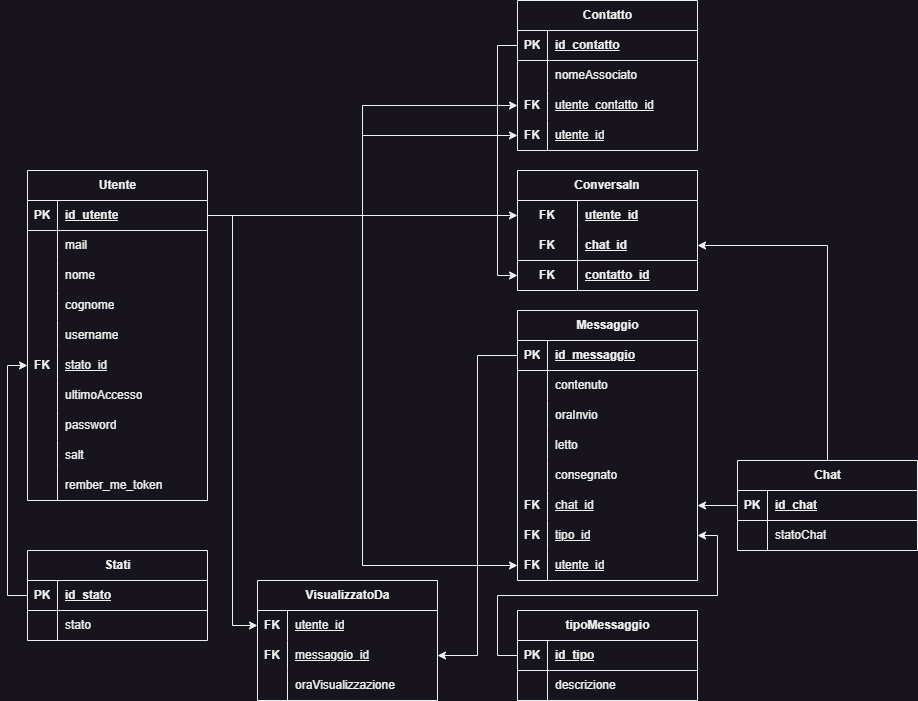
Above: Readme/SchemaRelazionale.png in FanteyOfficial/ProgettoQuintaInformatica (draw.io), before the change. Source tidied: cells renumbered, new cells last; positions are measured from the earlier drawing's top-left corner, leaving out a move shared by most shapes.
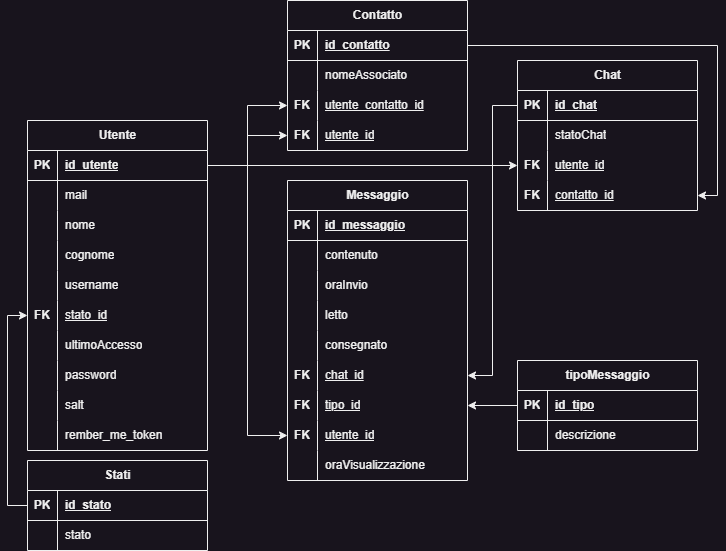
After the commit.

Commit message:
schema relazionale update

The edit, as a diff of the source:
```diff
@@ -95,41 +95,8 @@
     <mxCell id="32" value="rember_me_token" style="shape=partialRectangle;fillColor=none;top=0;left=0;bottom=0;right=0;align=left;spacingLeft=6;overflow=hidden;whiteSpace=wrap;html=1;" parent="30" vertex="1">
       <mxGeometry x="30" width="150" height="30" as="geometry" />
     </mxCell>
-    <mxCell id="33" value="ConversaIn" style="shape=table;startSize=30;rowLines=0;fontStyle=1;align=center;html=1;whiteSpace=wrap;" parent="1" vertex="1">
-      <mxGeometry x="490" y="170" width="180" height="120" as="geometry" />
-    </mxCell>
-    <mxCell id="34" style="shape=tableRow;horizontal=0;startSize=0;swimlaneHead=0;swimlaneBody=0;fillColor=none;points=[[0,0.5],[1,0.5]];portConstraint=eastwest;top=0;left=0;right=0;bottom=0;html=1;" parent="33" vertex="1">
-      <mxGeometry y="30" width="180" height="30" as="geometry" />
-    </mxCell>
-    <mxCell id="35" value="FK" style="shape=partialRectangle;fillColor=none;top=0;left=0;bottom=0;right=0;fontStyle=1;overflow=hidden;html=1;whiteSpace=wrap;" parent="34" vertex="1">
-      <mxGeometry width="60" height="30" as="geometry" />
-    </mxCell>
-    <mxCell id="36" value="utente_id" style="shape=partialRectangle;fillColor=none;top=0;left=0;bottom=0;right=0;align=left;spacingLeft=6;fontStyle=5;overflow=hidden;html=1;whiteSpace=wrap;" parent="34" vertex="1">
-      <mxGeometry x="60" width="120" height="30" as="geometry" />
-    </mxCell>
-    <mxCell id="37" style="shape=tableRow;horizontal=0;startSize=0;swimlaneHead=0;swimlaneBody=0;fillColor=none;points=[[0,0.5],[1,0.5]];portConstraint=eastwest;top=0;left=0;right=0;bottom=1;html=1;" parent="33" vertex="1">
-      <mxGeometry y="60" width="180" height="30" as="geometry" />
-    </mxCell>
-    <mxCell id="38" value="FK" style="shape=partialRectangle;fillColor=none;top=0;left=0;bottom=0;right=0;fontStyle=1;overflow=hidden;html=1;whiteSpace=wrap;" parent="37" vertex="1">
-      <mxGeometry width="60" height="30" as="geometry" />
-    </mxCell>
-    <mxCell id="39" value="chat_id" style="shape=partialRectangle;fillColor=none;top=0;left=0;bottom=0;right=0;align=left;spacingLeft=6;fontStyle=5;overflow=hidden;html=1;whiteSpace=wrap;" parent="37" vertex="1">
-      <mxGeometry x="60" width="120" height="30" as="geometry" />
-    </mxCell>
-    <mxCell id="40" style="shape=tableRow;horizontal=0;startSize=0;swimlaneHead=0;swimlaneBody=0;fillColor=none;points=[[0,0.5],[1,0.5]];portConstraint=eastwest;top=0;left=0;right=0;bottom=1;html=1;" parent="33" vertex="1">
-      <mxGeometry y="90" width="180" height="30" as="geometry" />
-    </mxCell>
-    <mxCell id="41" value="FK" style="shape=partialRectangle;fillColor=none;top=0;left=0;bottom=0;right=0;fontStyle=1;overflow=hidden;html=1;whiteSpace=wrap;" parent="40" vertex="1">
-      <mxGeometry width="60" height="30" as="geometry" />
-    </mxCell>
-    <mxCell id="42" value="contatto_id" style="shape=partialRectangle;fillColor=none;top=0;left=0;bottom=0;right=0;align=left;spacingLeft=6;fontStyle=5;overflow=hidden;html=1;whiteSpace=wrap;" parent="40" vertex="1">
-      <mxGeometry x="60" width="120" height="30" as="geometry" />
-    </mxCell>
-    <mxCell id="43" style="edgeStyle=orthogonalEdgeStyle;rounded=0;jettySize=auto;html=1;" parent="1" edge="1" source="44" target="37">
-      <mxGeometry relative="1" as="geometry" />
-    </mxCell>
     <mxCell id="44" value="Chat" style="shape=table;startSize=30;rowLines=0;fontStyle=1;align=center;html=1;" parent="1" vertex="1">
-      <mxGeometry x="710" y="460" width="180" height="90" as="geometry" />
+      <mxGeometry x="490" y="110" width="180" height="150" as="geometry" />
     </mxCell>
     <mxCell id="45" style="shape=tableRow;horizontal=0;startSize=0;swimlaneHead=0;swimlaneBody=0;fillColor=none;points=[[0,0.5],[1,0.5]];portConstraint=eastwest;top=0;left=0;right=0;bottom=1;" parent="44" vertex="1">
       <mxGeometry y="30" width="180" height="30" as="geometry" />
@@ -149,38 +116,26 @@
     <mxCell id="50" value="statoChat" style="shape=partialRectangle;fillColor=none;top=0;left=0;bottom=0;right=0;align=left;spacingLeft=6;overflow=hidden;whiteSpace=wrap;html=1;" parent="48" vertex="1">
       <mxGeometry x="30" width="150" height="30" as="geometry" />
     </mxCell>
-    <mxCell id="51" value="VisualizzatoDa" style="shape=table;startSize=30;rowLines=0;fontStyle=1;align=center;html=1;" parent="1" vertex="1">
-      <mxGeometry x="230" y="580" width="180" height="120" as="geometry" />
-    </mxCell>
-    <mxCell id="52" style="shape=tableRow;horizontal=0;startSize=0;swimlaneHead=0;swimlaneBody=0;fillColor=none;points=[[0,0.5],[1,0.5]];portConstraint=eastwest;top=0;left=0;right=0;bottom=0;" parent="51" vertex="1">
-      <mxGeometry y="30" width="180" height="30" as="geometry" />
-    </mxCell>
-    <mxCell id="53" value="&lt;b&gt;FK&lt;/b&gt;" style="shape=partialRectangle;fillColor=none;top=0;left=0;bottom=0;right=0;overflow=hidden;whiteSpace=wrap;html=1;" parent="52" vertex="1">
-      <mxGeometry width="30" height="30" as="geometry" />
-    </mxCell>
+    <mxCell id="58" style="shape=tableRow;horizontal=0;startSize=0;swimlaneHead=0;swimlaneBody=0;fillColor=none;points=[[0,0.5],[1,0.5]];portConstraint=eastwest;top=0;left=0;right=0;bottom=0;" parent="44" vertex="1">
+      <mxGeometry y="90" width="180" height="30" as="geometry" />
+    </mxCell>
+    <mxCell id="123" value="&lt;b&gt;FK&lt;/b&gt;" style="shape=partialRectangle;fillColor=none;top=0;left=0;bottom=0;right=0;overflow=hidden;whiteSpace=wrap;html=1;" parent="58" vertex="1">
+      <mxGeometry width="30" height="30" as="geometry" />
+    </mxCell>
-    <mxCell id="54" value="&lt;u&gt;utente_id&lt;/u&gt;" style="shape=partialRectangle;fillColor=none;top=0;left=0;bottom=0;right=0;align=left;spacingLeft=6;overflow=hidden;whiteSpace=wrap;html=1;" parent="52" vertex="1">
+    <mxCell id="54" value="&lt;u&gt;utente_id&lt;/u&gt;" style="shape=partialRectangle;fillColor=none;top=0;left=0;bottom=0;right=0;align=left;spacingLeft=6;overflow=hidden;whiteSpace=wrap;html=1;" parent="58" vertex="1">
       <mxGeometry x="30" width="150" height="30" as="geometry" />
     </mxCell>
-    <mxCell id="55" style="shape=tableRow;horizontal=0;startSize=0;swimlaneHead=0;swimlaneBody=0;fillColor=none;points=[[0,0.5],[1,0.5]];portConstraint=eastwest;top=0;left=0;right=0;bottom=0;" parent="51" vertex="1">
-      <mxGeometry y="60" width="180" height="30" as="geometry" />
-    </mxCell>
-    <mxCell id="56" value="&lt;b&gt;FK&lt;/b&gt;" style="shape=partialRectangle;fillColor=none;top=0;left=0;bottom=0;right=0;overflow=hidden;whiteSpace=wrap;html=1;" parent="55" vertex="1">
-      <mxGeometry width="30" height="30" as="geometry" />
-    </mxCell>
-    <mxCell id="57" value="&lt;u&gt;messaggio_id&lt;/u&gt;" style="shape=partialRectangle;fillColor=none;top=0;left=0;bottom=0;right=0;align=left;spacingLeft=6;overflow=hidden;whiteSpace=wrap;html=1;" parent="55" vertex="1">
-      <mxGeometry x="30" width="150" height="30" as="geometry" />
-    </mxCell>
-    <mxCell id="58" style="shape=tableRow;horizontal=0;startSize=0;swimlaneHead=0;swimlaneBody=0;fillColor=none;points=[[0,0.5],[1,0.5]];portConstraint=eastwest;top=0;left=0;right=0;bottom=0;" parent="51" vertex="1">
-      <mxGeometry y="90" width="180" height="30" as="geometry" />
-    </mxCell>
-    <mxCell id="59" style="shape=partialRectangle;fillColor=none;top=0;left=0;bottom=0;right=0;overflow=hidden;whiteSpace=wrap;html=1;" parent="58" vertex="1">
-      <mxGeometry width="30" height="30" as="geometry" />
-    </mxCell>
-    <mxCell id="60" value="oraVisualizzazione" style="shape=partialRectangle;fillColor=none;top=0;left=0;bottom=0;right=0;align=left;spacingLeft=6;overflow=hidden;whiteSpace=wrap;html=1;" parent="58" vertex="1">
-      <mxGeometry x="30" width="150" height="30" as="geometry" />
-    </mxCell>
+    <mxCell id="124" style="shape=tableRow;horizontal=0;startSize=0;swimlaneHead=0;swimlaneBody=0;fillColor=none;points=[[0,0.5],[1,0.5]];portConstraint=eastwest;top=0;left=0;right=0;bottom=0;" parent="44" vertex="1">
+      <mxGeometry y="120" width="180" height="30" as="geometry" />
+    </mxCell>
+    <mxCell id="125" value="&lt;b&gt;FK&lt;/b&gt;" style="shape=partialRectangle;fillColor=none;top=0;left=0;bottom=0;right=0;overflow=hidden;whiteSpace=wrap;html=1;" parent="124" vertex="1">
+      <mxGeometry width="30" height="30" as="geometry" />
+    </mxCell>
+    <mxCell id="42" value="&lt;u&gt;contatto_id&lt;/u&gt;" style="shape=partialRectangle;fillColor=none;top=0;left=0;bottom=0;right=0;align=left;spacingLeft=6;overflow=hidden;whiteSpace=wrap;html=1;" parent="124" vertex="1">
+      <mxGeometry x="30" width="150" height="30" as="geometry" />
+    </mxCell>
     <mxCell id="61" value="Messaggio" style="shape=table;startSize=30;rowLines=0;fontStyle=1;align=center;html=1;" parent="1" vertex="1">
-      <mxGeometry x="490" y="310" width="180" height="270" as="geometry" />
+      <mxGeometry x="260" y="230" width="180" height="300" as="geometry" />
     </mxCell>
     <mxCell id="62" style="shape=tableRow;horizontal=0;startSize=0;swimlaneHead=0;swimlaneBody=0;fillColor=none;points=[[0,0.5],[1,0.5]];portConstraint=eastwest;top=0;left=0;right=0;bottom=1;" parent="61" vertex="1">
       <mxGeometry y="30" width="180" height="30" as="geometry" />
@@ -254,20 +209,20 @@
     <mxCell id="85" value="&lt;u&gt;utente_id&lt;/u&gt;" style="shape=partialRectangle;fillColor=none;top=0;left=0;bottom=0;right=0;align=left;spacingLeft=6;overflow=hidden;whiteSpace=wrap;html=1;" parent="83" vertex="1">
       <mxGeometry x="30" width="150" height="30" as="geometry" />
     </mxCell>
-    <mxCell id="86" style="edgeStyle=orthogonalEdgeStyle;rounded=0;jettySize=auto;html=1;" parent="1" edge="1" source="3" target="34">
-      <mxGeometry relative="1" as="geometry" />
-    </mxCell>
+    <mxCell id="126" style="shape=tableRow;horizontal=0;startSize=0;swimlaneHead=0;swimlaneBody=0;fillColor=none;top=0;left=0;right=0;bottom=0;" parent="61" vertex="1">
+      <mxGeometry y="270" width="180" height="30" as="geometry" />
+    </mxCell>
+    <mxCell id="59" style="shape=partialRectangle;fillColor=none;top=0;left=0;bottom=0;right=0;overflow=hidden;whiteSpace=wrap;html=1;" parent="126" vertex="1">
+      <mxGeometry width="30" height="30" as="geometry" />
+    </mxCell>
+    <mxCell id="60" value="oraVisualizzazione" style="shape=partialRectangle;fillColor=none;top=0;left=0;bottom=0;right=0;align=left;spacingLeft=6;overflow=hidden;whiteSpace=wrap;html=1;" parent="126" vertex="1">
+      <mxGeometry x="30" width="150" height="30" as="geometry" />
+    </mxCell>
     <mxCell id="87" style="edgeStyle=orthogonalEdgeStyle;rounded=0;jettySize=auto;html=1;" parent="1" edge="1" source="45" target="77">
       <mxGeometry relative="1" as="geometry" />
     </mxCell>
-    <mxCell id="88" style="edgeStyle=orthogonalEdgeStyle;rounded=0;jettySize=auto;html=1;" parent="1" edge="1" source="62" target="55">
-      <mxGeometry relative="1" as="geometry" />
-    </mxCell>
-    <mxCell id="89" style="edgeStyle=orthogonalEdgeStyle;rounded=0;jettySize=auto;html=1;" parent="1" edge="1" source="3" target="52">
-      <mxGeometry relative="1" as="geometry" />
-    </mxCell>
     <mxCell id="90" value="Stati" style="shape=table;startSize=30;rowLines=0;fontStyle=1;align=center;html=1;" parent="1" vertex="1">
-      <mxGeometry y="550" width="180" height="90" as="geometry" />
+      <mxGeometry y="510" width="180" height="90" as="geometry" />
     </mxCell>
     <mxCell id="91" style="shape=tableRow;horizontal=0;startSize=0;swimlaneHead=0;swimlaneBody=0;fillColor=none;points=[[0,0.5],[1,0.5]];portConstraint=eastwest;top=0;left=0;right=0;bottom=1;" parent="90" vertex="1">
       <mxGeometry y="30" width="180" height="30" as="geometry" />
@@ -288,7 +243,7 @@
       <mxGeometry x="30" width="150" height="30" as="geometry" />
     </mxCell>
     <mxCell id="97" value="tipoMessaggio" style="shape=table;startSize=30;rowLines=0;fontStyle=1;align=center;html=1;" parent="1" vertex="1">
-      <mxGeometry x="490" y="610" width="180" height="90" as="geometry" />
+      <mxGeometry x="490" y="410" width="180" height="90" as="geometry" />
     </mxCell>
     <mxCell id="98" style="shape=tableRow;horizontal=0;startSize=0;swimlaneHead=0;swimlaneBody=0;fillColor=none;points=[[0,0.5],[1,0.5]];portConstraint=eastwest;top=0;left=0;right=0;bottom=1;" parent="97" vertex="1">
       <mxGeometry y="30" width="180" height="30" as="geometry" />
@@ -309,7 +264,7 @@
       <mxGeometry x="30" width="150" height="30" as="geometry" />
     </mxCell>
     <mxCell id="104" value="Contatto" style="shape=table;startSize=30;rowLines=0;fontStyle=1;align=center;html=1;" parent="1" vertex="1">
-      <mxGeometry x="490" width="180" height="150" as="geometry" />
+      <mxGeometry x="260" y="50" width="180" height="150" as="geometry" />
     </mxCell>
     <mxCell id="105" style="shape=tableRow;horizontal=0;startSize=0;swimlaneHead=0;swimlaneBody=0;fillColor=none;points=[[0,0.5],[1,0.5]];portConstraint=eastwest;top=0;left=0;right=0;bottom=1;" parent="104" vertex="1">
       <mxGeometry y="30" width="180" height="30" as="geometry" />
@@ -353,11 +308,13 @@
     <mxCell id="118" style="edgeStyle=orthogonalEdgeStyle;rounded=0;jettySize=auto;html=1;" parent="1" edge="1" source="3" target="114">
       <mxGeometry relative="1" as="geometry" />
     </mxCell>
-    <mxCell id="119" style="edgeStyle=orthogonalEdgeStyle;rounded=0;jettySize=auto;html=1;entryX=0;entryY=0.5;entryDx=0;entryDy=0;" parent="1" edge="1" source="105" target="40">
-      <mxGeometry relative="1" as="geometry" />
-    </mxCell>
     <mxCell id="120" style="edgeStyle=orthogonalEdgeStyle;rounded=0;jettySize=auto;html=1;" parent="1" edge="1" source="3" target="83">
-      <mxGeometry relative="1" as="geometry" />
+      <mxGeometry relative="1" as="geometry">
+        <Array as="points">
+          <mxPoint x="220" y="215" />
+          <mxPoint x="220" y="485" />
+        </Array>
+      </mxGeometry>
     </mxCell>
     <mxCell id="121" style="edgeStyle=orthogonalEdgeStyle;rounded=0;jettySize=auto;html=1;entryX=0;entryY=0.5;entryDx=0;entryDy=0;" parent="1" edge="1" source="91" target="18">
       <mxGeometry relative="1" as="geometry" />
@@ -365,5 +322,16 @@
     <mxCell id="122" style="edgeStyle=orthogonalEdgeStyle;rounded=0;jettySize=auto;html=1;" parent="1" edge="1" source="98" target="80">
       <mxGeometry relative="1" as="geometry" />
     </mxCell>
+    <mxCell id="127" style="edgeStyle=orthogonalEdgeStyle;rounded=0;jettySize=auto;html=1;" parent="1" edge="1" source="3" target="58">
+      <mxGeometry relative="1" as="geometry" />
+    </mxCell>
+    <mxCell id="128" style="edgeStyle=orthogonalEdgeStyle;rounded=0;jettySize=auto;html=1;" parent="1" edge="1" source="105" target="124">
+      <mxGeometry relative="1" as="geometry">
+        <Array as="points">
+          <mxPoint x="690" y="95" />
+          <mxPoint x="690" y="245" />
+        </Array>
+      </mxGeometry>
+    </mxCell>
   </root>
 </mxGraphModel>
```
